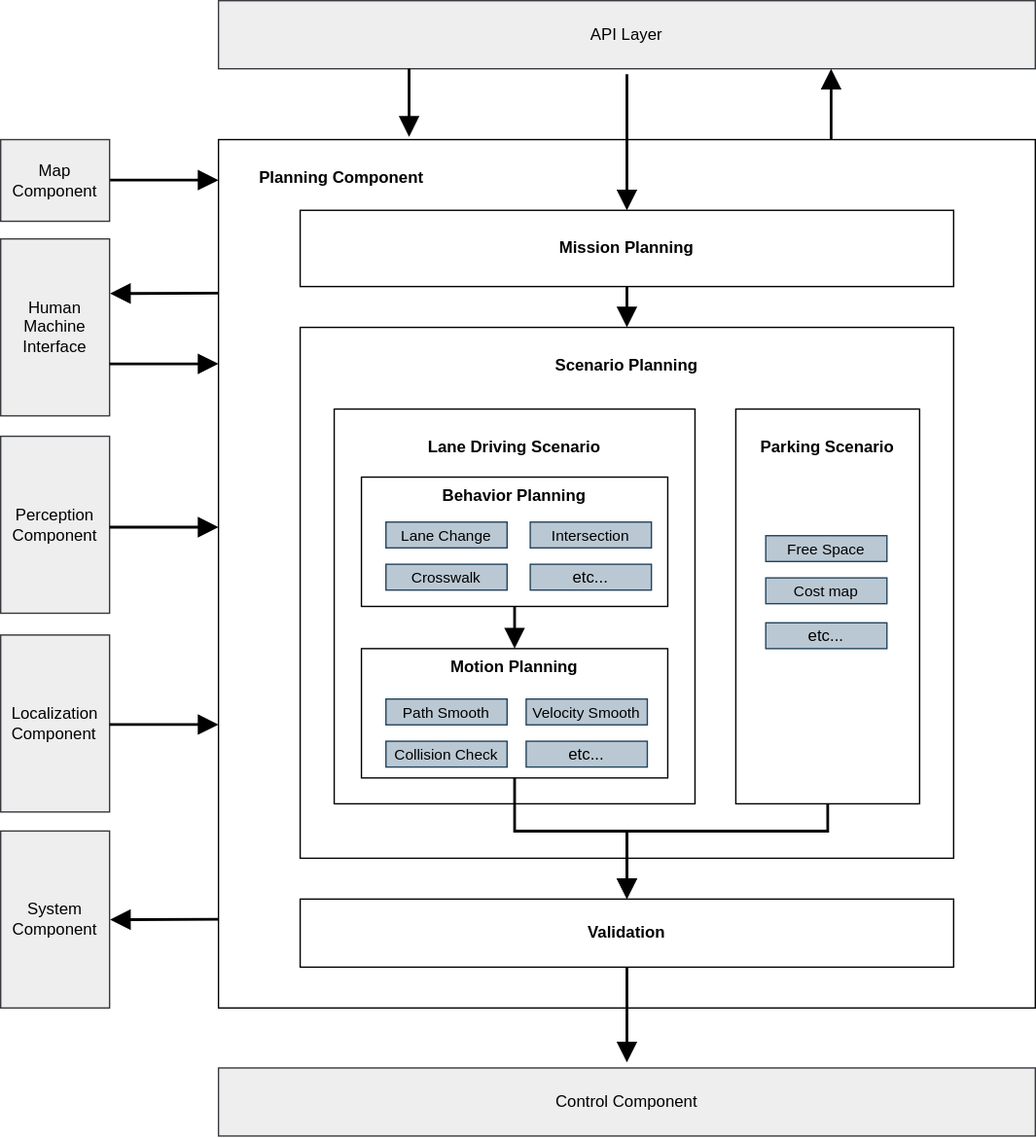
Above: docs/design/autoware-architecture/planning/image/high-level-planning-diagram.drawio.svg in autowarefoundation/autoware-documentation (draw.io), before the change. Source tidied: cells renumbered, new cells last; positions are measured from the earlier drawing's top-left corner, leaving out a move shared by most shapes.
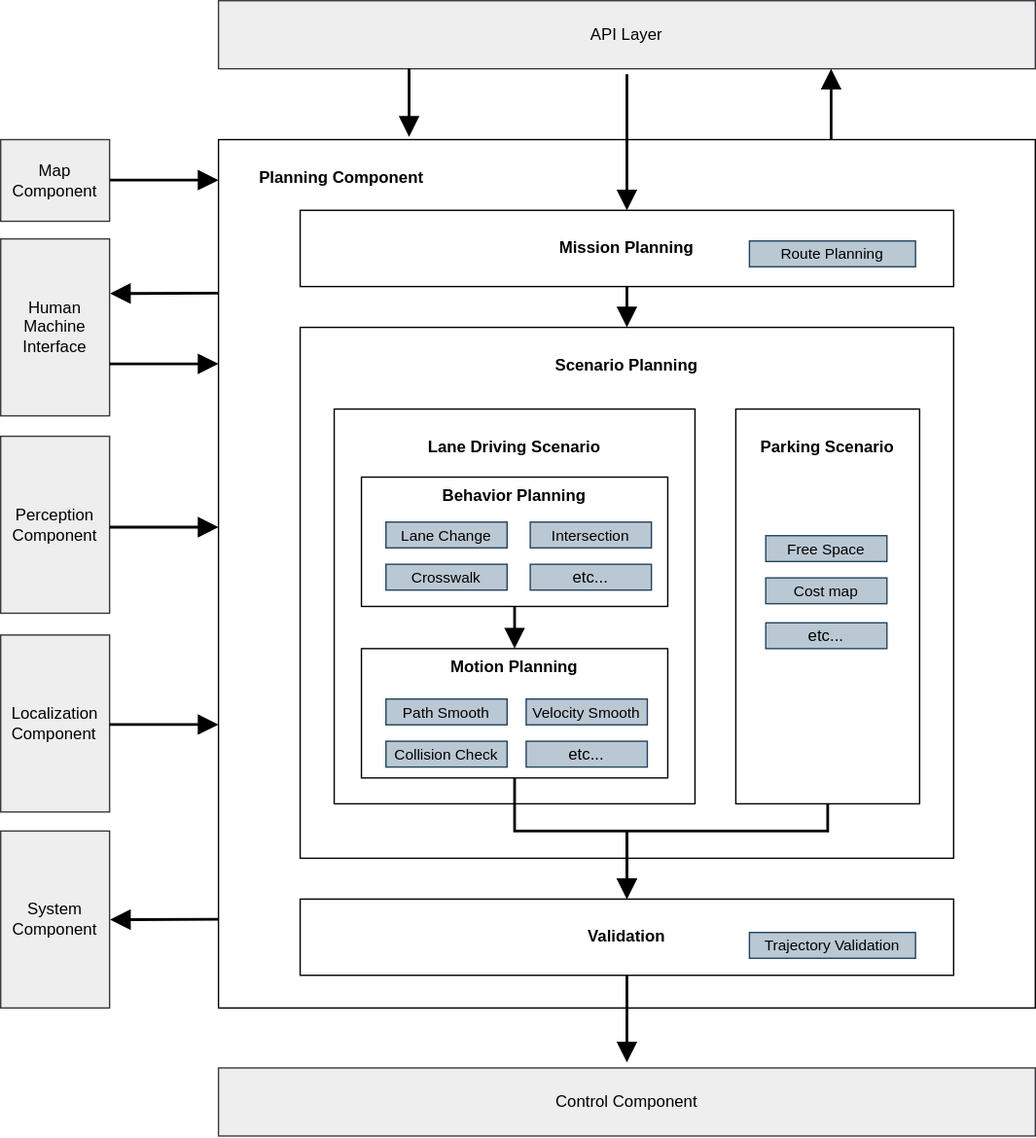
The same file after the commit.

What changed in the source:
```diff
@@ -78,7 +78,7 @@
       </mxGeometry>
     </mxCell>
     <mxCell id="21" value="&lt;b&gt;Validation&lt;/b&gt;" style="rounded=0;whiteSpace=wrap;html=1;verticalAlign=middle;labelBackgroundColor=none;shadow=0;" parent="1" vertex="1">
-      <mxGeometry x="220" y="660" width="480" height="50" as="geometry" />
+      <mxGeometry x="220" y="660" width="480" height="56" as="geometry" />
     </mxCell>
     <mxCell id="22" value="Control Component" style="rounded=1;whiteSpace=wrap;html=1;labelBackgroundColor=none;verticalAlign=middle;arcSize=0;shadow=0;fillColor=#eeeeee;strokeColor=#36393d;" parent="1" vertex="1">
       <mxGeometry x="160" y="784" width="600" height="50" as="geometry" />
@@ -158,5 +158,11 @@
         <mxPoint x="160" y="674.9" as="targetPoint" />
       </mxGeometry>
     </mxCell>
+    <mxCell id="43" value="&lt;div style=&quot;font-size: 11px;&quot;&gt;Trajectory Validation&lt;/div&gt;" style="rounded=1;whiteSpace=wrap;html=1;comic=0;shadow=0;arcSize=0;labelBackgroundColor=none;align=center;fontSize=11;fillColor=#bac8d3;strokeColor=#23445d;" parent="1" vertex="1">
+      <mxGeometry x="550" y="684.5" width="122" height="19" as="geometry" />
+    </mxCell>
+    <mxCell id="44" value="&lt;div style=&quot;font-size: 11px;&quot;&gt;Route Planning&lt;/div&gt;" style="rounded=1;whiteSpace=wrap;html=1;comic=0;shadow=0;arcSize=0;labelBackgroundColor=none;align=center;fontSize=11;fillColor=#bac8d3;strokeColor=#23445d;" parent="1" vertex="1">
+      <mxGeometry x="550" y="176.5" width="122" height="19" as="geometry" />
+    </mxCell>
   </root>
 </mxGraphModel>
```
